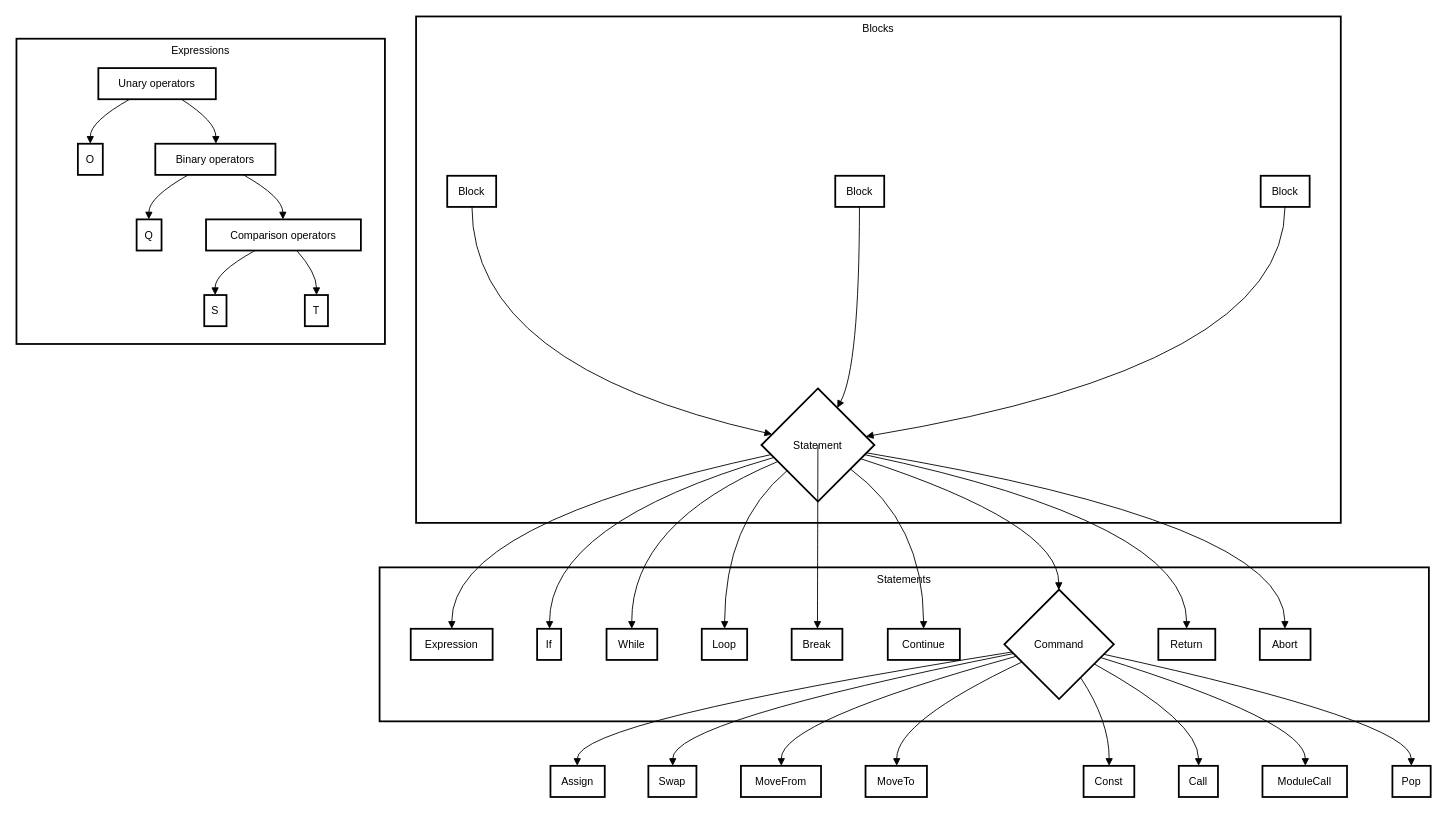
Earlier version of the draw.io diagram page "move" (4 of 4) of sui.drawio (wonderfan/diagram). Source tidied: cells renumbered, new cells numbered last; positions are measured from the earlier drawing's top-left corner, leaving out a move shared by most shapes. Both pictures are drawn from the tidied source at 89%, with x=0, y=0 at pixel (16, 16).
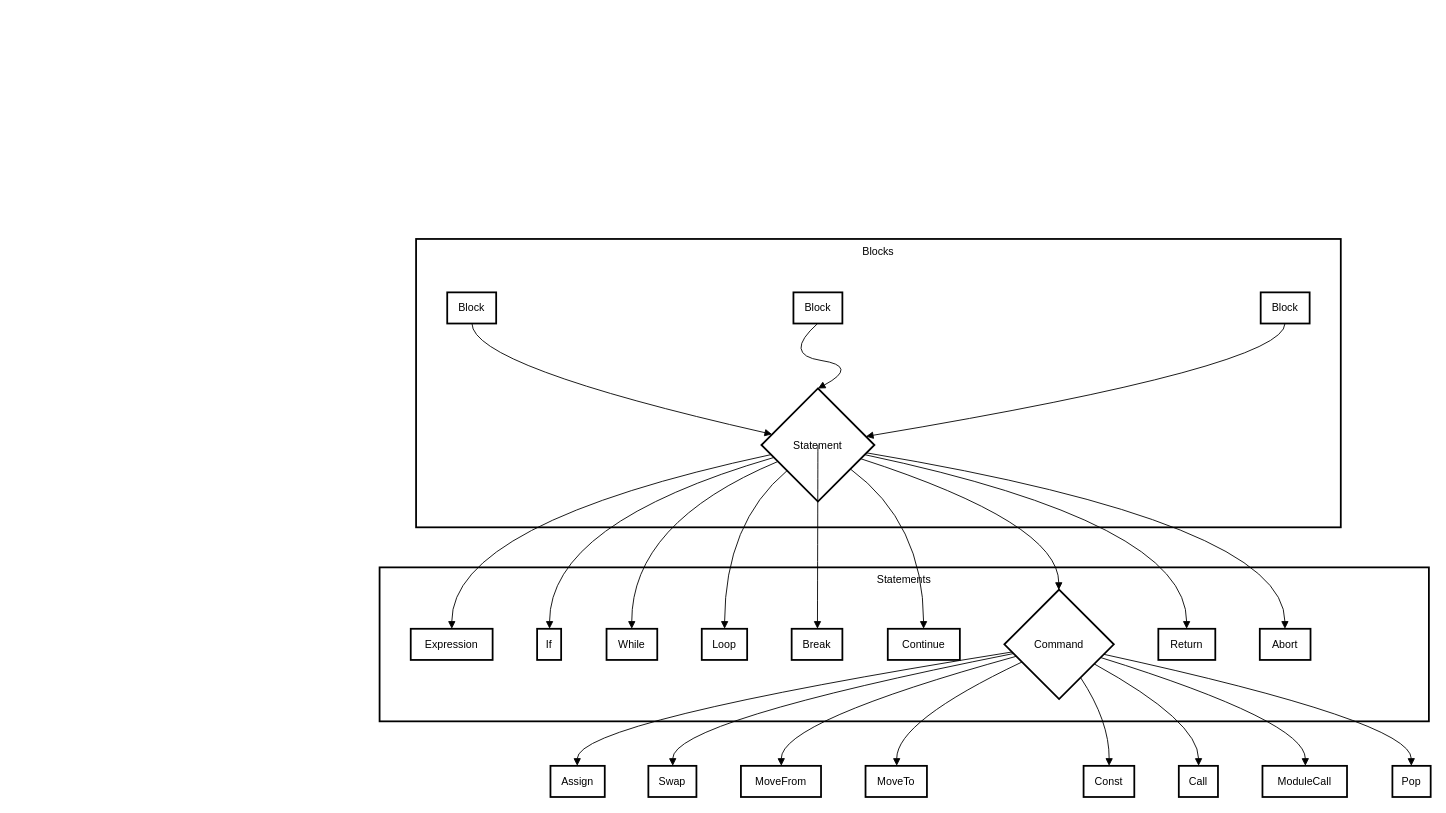
After the change.

Unchanged cells that the change refers to:
```xml
<mxCell id="27" value="Statement" style="rhombus;strokeWidth=2;whiteSpace=wrap;" parent="1" vertex="1">
  <mxGeometry x="837" y="418" width="127" height="127" as="geometry" />
</mxCell>
```

What changed in the source:
```diff
@@
-    <mxCell id="2" value="Expressions" style="whiteSpace=wrap;strokeWidth=2;verticalAlign=top;" parent="1" vertex="1">
-      <mxGeometry y="25" width="414" height="343" as="geometry" />
-    </mxCell>
-    <mxCell id="3" value="O" style="whiteSpace=wrap;strokeWidth=2;" parent="2" vertex="1">
-      <mxGeometry x="69" y="118" width="28" height="35" as="geometry" />
-    </mxCell>
-    <mxCell id="4" value="Unary operators" style="whiteSpace=wrap;strokeWidth=2;" parent="2" vertex="1">
-      <mxGeometry x="92" y="33" width="132" height="35" as="geometry" />
-    </mxCell>
-    <mxCell id="5" value="Binary operators" style="whiteSpace=wrap;strokeWidth=2;" parent="2" vertex="1">
-      <mxGeometry x="156" y="118" width="135" height="35" as="geometry" />
-    </mxCell>
-    <mxCell id="6" value="Q" style="whiteSpace=wrap;strokeWidth=2;" parent="2" vertex="1">
-      <mxGeometry x="135" y="203" width="28" height="35" as="geometry" />
-    </mxCell>
-    <mxCell id="7" value="Comparison operators" style="whiteSpace=wrap;strokeWidth=2;" parent="2" vertex="1">
-      <mxGeometry x="213" y="203" width="174" height="35" as="geometry" />
-    </mxCell>
-    <mxCell id="8" value="S" style="whiteSpace=wrap;strokeWidth=2;" parent="2" vertex="1">
-      <mxGeometry x="211" y="288" width="25" height="35" as="geometry" />
-    </mxCell>
-    <mxCell id="9" value="T" style="whiteSpace=wrap;strokeWidth=2;" parent="2" vertex="1">
-      <mxGeometry x="324" y="288" width="26" height="35" as="geometry" />
-    </mxCell>
-    <mxCell id="10" style="curved=1;startArrow=none;endArrow=block;exitX=0.26717728004523567;exitY=1;entryX=0.4974702426365444;entryY=0;rounded=0;" parent="2" edge="1" source="4" target="3">
-      <mxGeometry relative="1" as="geometry">
-        <Array as="points">
-          <mxPoint x="83" y="93" />
-        </Array>
-      </mxGeometry>
-    </mxCell>
-    <mxCell id="11" style="curved=1;startArrow=none;endArrow=block;exitX=0.7073677737870107;exitY=1;entryX=0.5040123127124928;entryY=0;rounded=0;" parent="2" edge="1" source="4" target="5">
-      <mxGeometry relative="1" as="geometry">
-        <Array as="points">
-          <mxPoint x="224" y="93" />
-        </Array>
-      </mxGeometry>
-    </mxCell>
-    <mxCell id="12" style="curved=1;startArrow=none;endArrow=block;exitX=0.2741357749323958;exitY=1;entryX=0.4883927617754255;entryY=0;rounded=0;" parent="2" edge="1" source="5" target="6">
-      <mxGeometry relative="1" as="geometry">
-        <Array as="points">
-          <mxPoint x="149" y="178" />
-        </Array>
-      </mxGeometry>
-    </mxCell>
-    <mxCell id="13" style="curved=1;startArrow=none;endArrow=block;exitX=0.7338888504925897;exitY=1;entryX=0.49659958104977664;entryY=0;rounded=0;" parent="2" edge="1" source="5" target="7">
-      <mxGeometry relative="1" as="geometry">
-        <Array as="points">
-          <mxPoint x="299" y="178" />
-        </Array>
-      </mxGeometry>
-    </mxCell>
-    <mxCell id="14" style="curved=1;startArrow=none;endArrow=block;exitX=0.31640322616246996;exitY=1;entryX=0.49049983978271483;entryY=0;rounded=0;" parent="2" edge="1" source="7" target="8">
-      <mxGeometry relative="1" as="geometry">
-        <Array as="points">
-          <mxPoint x="223" y="263" />
-        </Array>
-      </mxGeometry>
-    </mxCell>
-    <mxCell id="15" style="curved=1;startArrow=none;endArrow=block;exitX=0.5859237304001423;exitY=1;entryX=0.5059292499835675;entryY=0;rounded=0;" parent="2" edge="1" source="7" target="9">
-      <mxGeometry relative="1" as="geometry">
-        <Array as="points">
-          <mxPoint x="337" y="263" />
-        </Array>
-      </mxGeometry>
-    </mxCell>
@@
     <mxCell id="26" value="Blocks" style="whiteSpace=wrap;strokeWidth=2;verticalAlign=top;" parent="1" vertex="1">
-      <mxGeometry x="449" width="1039" height="569" as="geometry" />
+      <mxGeometry x="449" y="250" width="1039" height="324" as="geometry" />
     </mxCell>
@@
     <mxCell id="28" value="Block" style="whiteSpace=wrap;strokeWidth=2;" parent="1" vertex="1">
-      <mxGeometry x="484" y="179" width="55" height="35" as="geometry" />
+      <mxGeometry x="484" y="310" width="55" height="35" as="geometry" />
     </mxCell>
     <mxCell id="29" value="Block" style="whiteSpace=wrap;strokeWidth=2;" parent="1" vertex="1">
-      <mxGeometry x="920" y="179" width="55" height="35" as="geometry" />
+      <mxGeometry x="873" y="310" width="55" height="35" as="geometry" />
     </mxCell>
     <mxCell id="30" value="Block" style="whiteSpace=wrap;strokeWidth=2;" parent="1" vertex="1">
-      <mxGeometry x="1398" y="179" width="55" height="35" as="geometry" />
+      <mxGeometry x="1398" y="310" width="55" height="35" as="geometry" />
     </mxCell>
@@
-    <mxCell id="40" style="curved=1;startArrow=none;endArrow=block;exitX=0.49439362612637605;exitY=0.9952379499162947;entryX=0.7624280389036241;entryY=-0.002624752014640748;rounded=0;" parent="1" edge="1" source="29" target="27">
+    <mxCell id="40" style="curved=1;startArrow=none;endArrow=block;exitX=0.49439362612637605;exitY=0.9952379499162947;entryX=0.5;entryY=0;rounded=0;entryDx=0;entryDy=0;" parent="1" edge="1" source="29" target="27">
       <mxGeometry relative="1" as="geometry">
         <Array as="points">
+          <mxPoint x="861" y="380" />
           <mxPoint x="947" y="393" />
         </Array>
       </mxGeometry>
     </mxCell>
```
